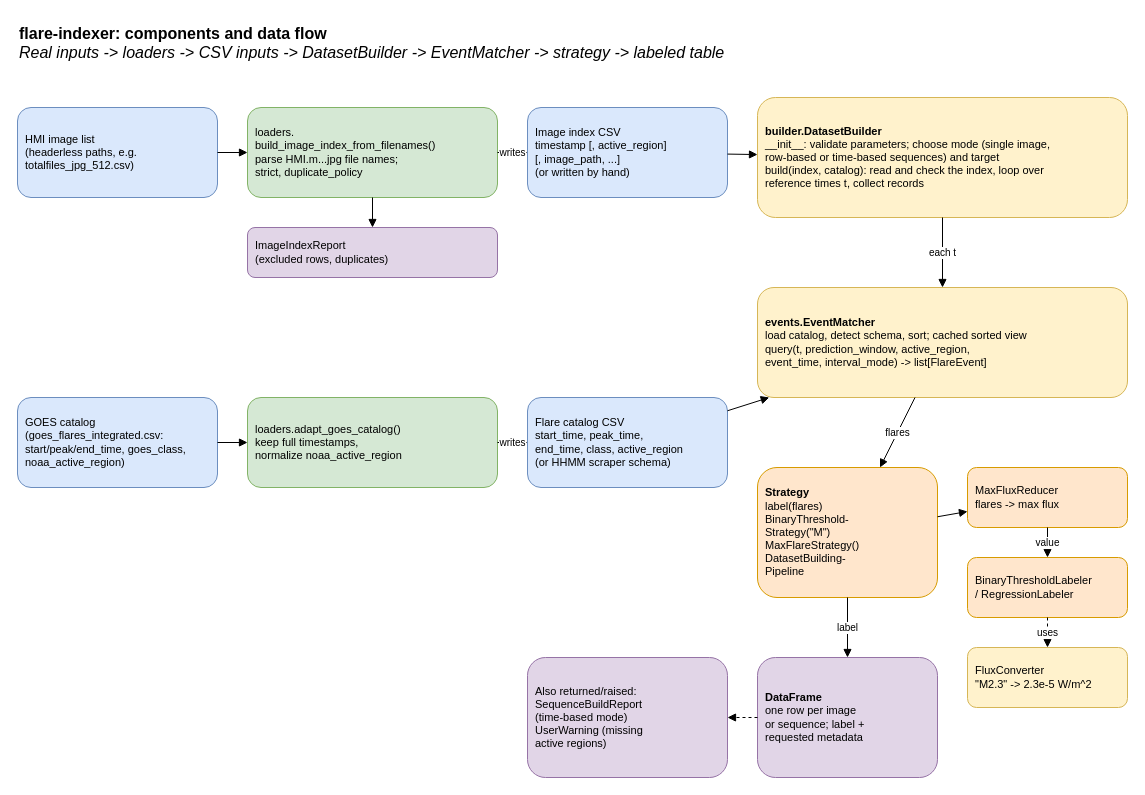
Above: page "1 Overview" (1 of 6) of docs/architecture/flare_indexer_architecture.drawio in assemkdv/solix (draw.io), before the change. Source tidied: cells renumbered, new cells numbered last; positions are measured from the earlier drawing's top-left corner, leaving out a move shared by most shapes. Both pictures are drawn from the tidied source at 100%, with x=0, y=0 at pixel (17, 17).
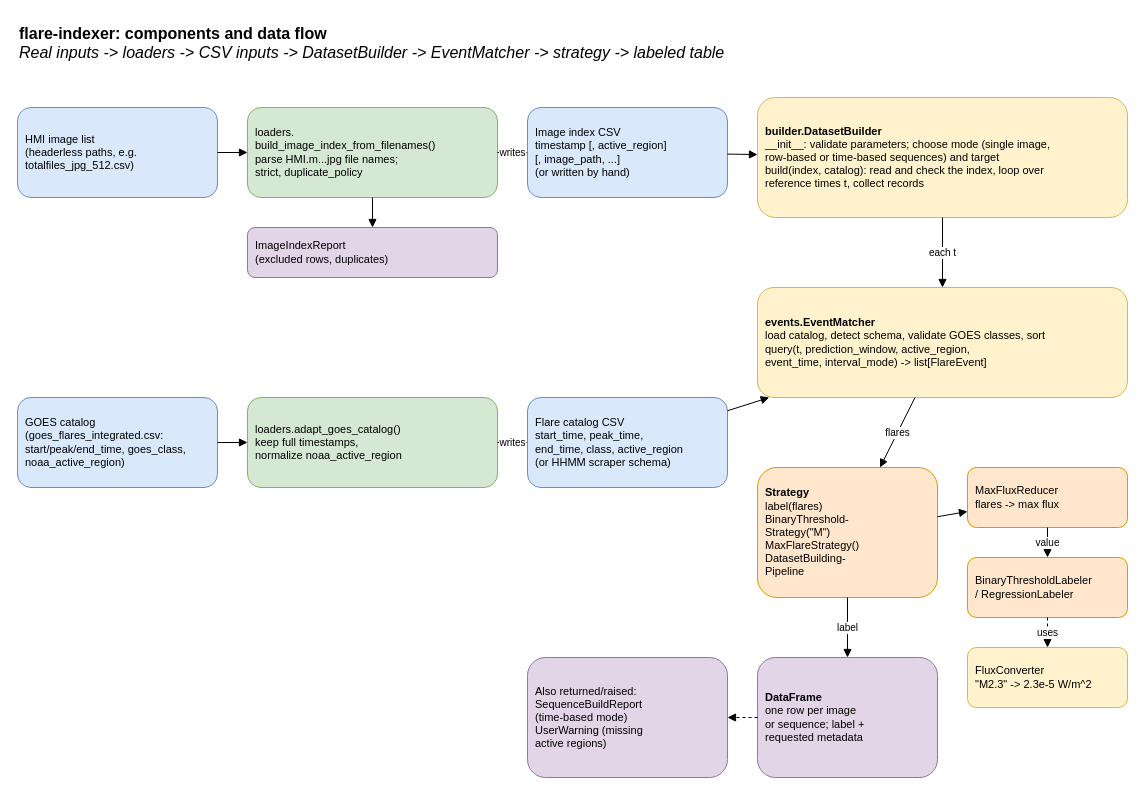
The same page after the edit.

Change to the diagram source:
```diff
@@
-    <mxCell id="11" value="&lt;b&gt;events.EventMatcher&lt;/b&gt;&lt;br&gt;load catalog, detect schema, sort; cached sorted view&lt;br&gt;query(t, prediction_window, active_region,&lt;br&gt;event_time, interval_mode) -&amp;gt; list[FlareEvent]" style="rounded=1;whiteSpace=wrap;html=1;fillColor=#fff2cc;strokeColor=#d6b656;fontSize=11;align=left;spacingLeft=6;" parent="1" vertex="1">
+    <mxCell id="11" value="&lt;b&gt;events.EventMatcher&lt;/b&gt;&lt;br&gt;load catalog, detect schema, validate GOES classes, sort&lt;br&gt;query(t, prediction_window, active_region,&lt;br&gt;event_time, interval_mode) -&amp;gt; list[FlareEvent]" style="rounded=1;whiteSpace=wrap;html=1;fillColor=#fff2cc;strokeColor=#d6b656;fontSize=11;align=left;spacingLeft=6;" parent="1" vertex="1">
       <mxGeometry x="740" y="270" width="370" height="110" as="geometry" />
     </mxCell>
```
